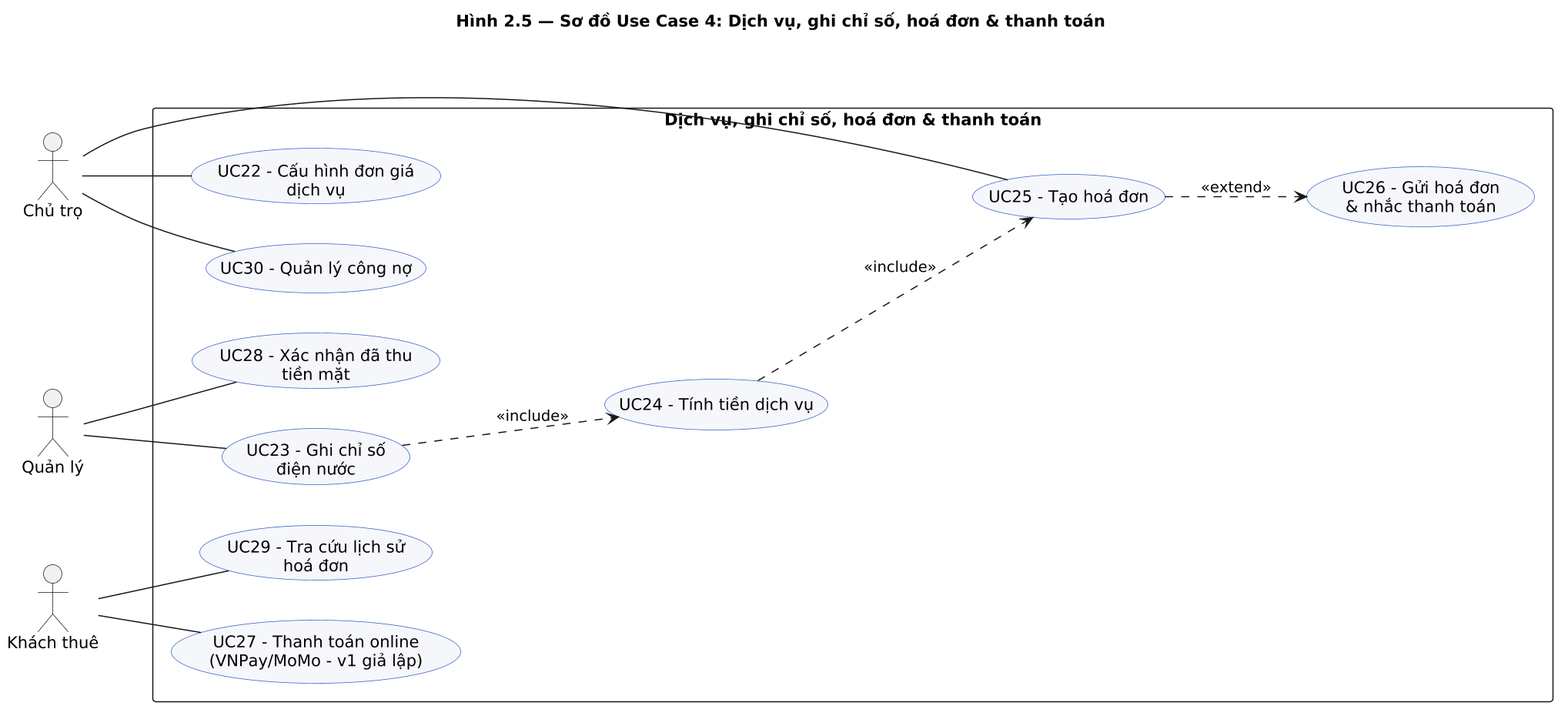
DiepTuHuy/Hostel_Management keeps this PlantUML diagram as docs/diagrams/png/2.05_uc_billing.png. Above is the earlier version.
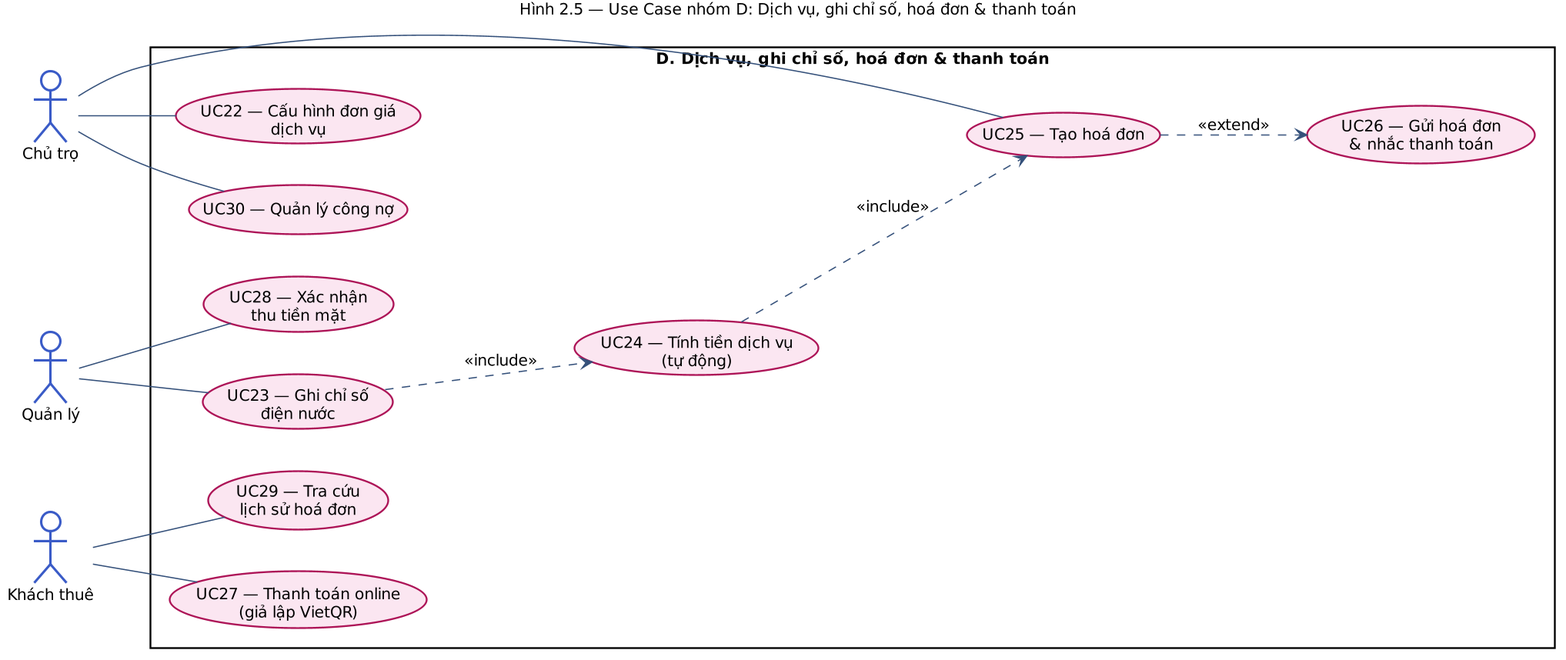
The same file after the commit.

What changed in the source:
```diff
@@ -1,32 +1,36 @@
-@startuml
-scale 1.5
-title Hình 2.5 — Sơ đồ Use Case 4: Dịch vụ, ghi chỉ số, hoá đơn & thanh toán
+@startuml UC_Billing
+title Hình 2.5 — Use Case nhóm D: Dịch vụ, ghi chỉ số, hoá đơn & thanh toán
 
-left to right direction
+skinparam dpi 150
+skinparam shadowing false
+skinparam defaultFontName "Segoe UI"
+skinparam defaultFontSize 13
 skinparam packageStyle rectangle
-skinparam shadowing false
+skinparam ArrowColor #34507A
 skinparam usecase {
-  BackgroundColor #F5F7FB
+  BackgroundColor #FBE6F1
+  BorderColor #AD1457
+}
+skinparam actor {
+  BackgroundColor #FFFFFF
   BorderColor #3A5BC7
 }
+left to right direction
 
 actor "Chủ trọ"     as Owner
 actor "Quản lý"     as Manager
 actor "Khách thuê"  as Tenant
 
-rectangle "Dịch vụ, ghi chỉ số, hoá đơn & thanh toán" {
-  usecase "UC22 - Cấu hình đơn giá\ndịch vụ"             as B1
-
-  usecase "UC23 - Ghi chỉ số\nđiện nước"                 as B2
-  usecase "UC24 - Tính tiền dịch vụ"                     as B3
-
-  usecase "UC25 - Tạo hoá đơn"                           as B4
-  usecase "UC26 - Gửi hoá đơn\n& nhắc thanh toán"        as B5
-
-  usecase "UC27 - Thanh toán online\n(VNPay/MoMo - v1 giả lập)" as B6
-  usecase "UC28 - Xác nhận đã thu\ntiền mặt"             as B7
-  usecase "UC29 - Tra cứu lịch sử\nhoá đơn"              as B8
-  usecase "UC30 - Quản lý công nợ"                       as B9
+rectangle "D. Dịch vụ, ghi chỉ số, hoá đơn & thanh toán" {
+  usecase "UC22 — Cấu hình đơn giá\ndịch vụ"      as B1
+  usecase "UC23 — Ghi chỉ số\nđiện nước"          as B2
+  usecase "UC24 — Tính tiền dịch vụ\n(tự động)"   as B3
+  usecase "UC25 — Tạo hoá đơn"                    as B4
+  usecase "UC26 — Gửi hoá đơn\n& nhắc thanh toán" as B5
+  usecase "UC27 — Thanh toán online\n(giả lập VietQR)" as B6
+  usecase "UC28 — Xác nhận\nthu tiền mặt"         as B7
+  usecase "UC29 — Tra cứu\nlịch sử hoá đơn"       as B8
+  usecase "UC30 — Quản lý công nợ"                as B9
 }
 
 Owner   -- B1
@@ -40,4 +44,5 @@
 B2 ..> B3 : <<include>>
 B3 ..> B4 : <<include>>
 B4 ..> B5 : <<extend>>
+
 @enduml
```
